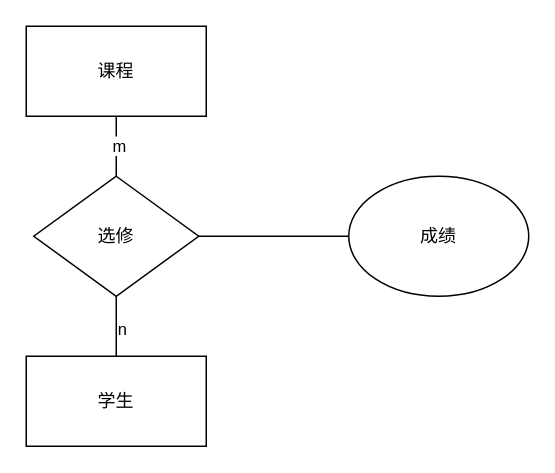
Above: 未命名绘图.drawio in dx2331lxz/drawio (draw.io), before the change. Source tidied: cells renumbered, new cells numbered last; positions are measured from the earlier drawing's top-left corner, leaving out a move shared by most shapes. Both pictures are drawn from the tidied source at 150%, with x=0, y=0 at pixel (26, 26).
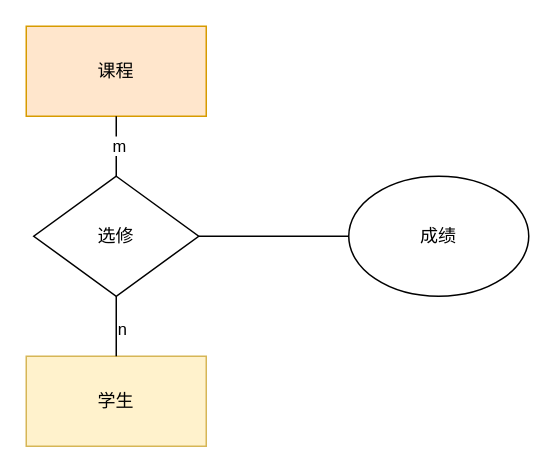
Above is the later version.

Commit message (it also covers changes not shown here):
更新未命名绘图.drawio

Diff of the diagram source:
```diff
@@
 <mxGraphModel>
   <root>
     <mxCell id="0" />
     <mxCell id="1" parent="0" />
-    <mxCell id="2" value="课程" style="rounded=0;whiteSpace=wrap;html=1;" parent="1" vertex="1">
+    <mxCell id="2" value="课程" style="rounded=0;whiteSpace=wrap;html=1;fillColor=#ffe6cc;strokeColor=#d79b00;" parent="1" vertex="1">
       <mxGeometry width="120" height="60" as="geometry" />
     </mxCell>
-    <mxCell id="3" value="学生" style="rounded=0;whiteSpace=wrap;html=1;" parent="1" vertex="1">
+    <mxCell id="3" value="学生" style="rounded=0;whiteSpace=wrap;html=1;fillColor=#fff2cc;strokeColor=#d6b656;" parent="1" vertex="1">
       <mxGeometry y="220" width="120" height="60" as="geometry" />
     </mxCell>
     <mxCell id="4" value="选修" style="rhombus;whiteSpace=wrap;html=1;" parent="1" vertex="1">
       <mxGeometry x="5" y="100" width="110" height="80" as="geometry" />
     </mxCell>
     <mxCell id="5" value="成绩" style="ellipse;whiteSpace=wrap;html=1;" parent="1" vertex="1">
       <mxGeometry x="215" y="100" width="120" height="80" as="geometry" />
     </mxCell>
     <mxCell id="6" style="endArrow=none;html=1;rounded=0;entryX=0.5;entryY=1;entryDx=0;entryDy=0;exitX=0.5;exitY=0;exitDx=0;exitDy=0;" parent="1" edge="1" source="4" target="2">
       <mxGeometry relative="1" as="geometry" />
     </mxCell>
     <mxCell id="7" value="m" style="edgeLabel;html=1;align=center;verticalAlign=middle;" parent="6" vertex="1">
       <mxGeometry x="0.05" y="-1" relative="1" as="geometry" />
     </mxCell>
     <mxCell id="8" style="endArrow=none;html=1;rounded=0;entryX=0.5;entryY=1;entryDx=0;entryDy=0;exitX=0.5;exitY=0;exitDx=0;exitDy=0;" parent="1" edge="1" source="3" target="4">
       <mxGeometry relative="1" as="geometry" />
     </mxCell>
     <mxCell id="9" value="n" style="edgeLabel;html=1;align=center;verticalAlign=middle;" parent="8" vertex="1">
       <mxGeometry x="-0.05" y="-3" relative="1" as="geometry" />
     </mxCell>
     <mxCell id="10" style="endArrow=none;html=1;rounded=0;entryX=0;entryY=0.5;entryDx=0;entryDy=0;exitX=1;exitY=0.5;exitDx=0;exitDy=0;" parent="1" edge="1" source="4" target="5">
       <mxGeometry relative="1" as="geometry" />
     </mxCell>
   </root>
 </mxGraphModel>
```
